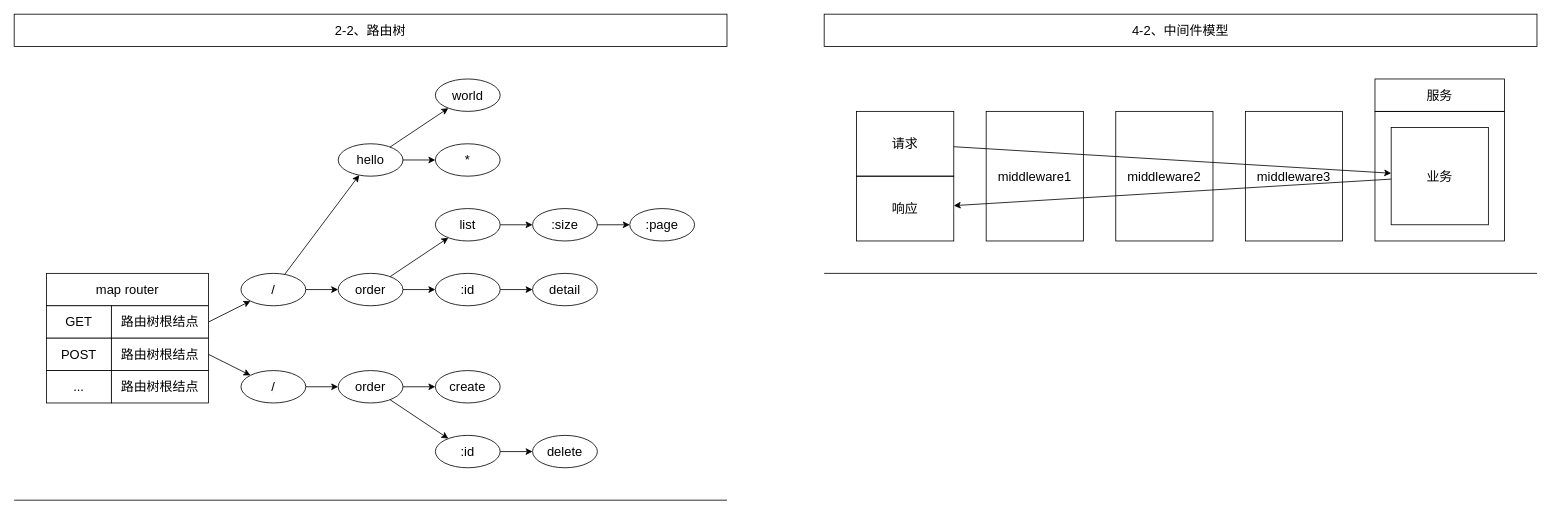
KelipuTe/note keeps this draw.io diagram as drawio/computer-science/programming-language/golang/web.drawio. Above is the earlier version. Source tidied: cells renumbered, new cells numbered last; positions are measured from the earlier drawing's top-left corner, leaving out a move shared by most shapes. Both pictures are drawn from the tidied source at 81%, with x=0, y=0 at pixel (14, 14).
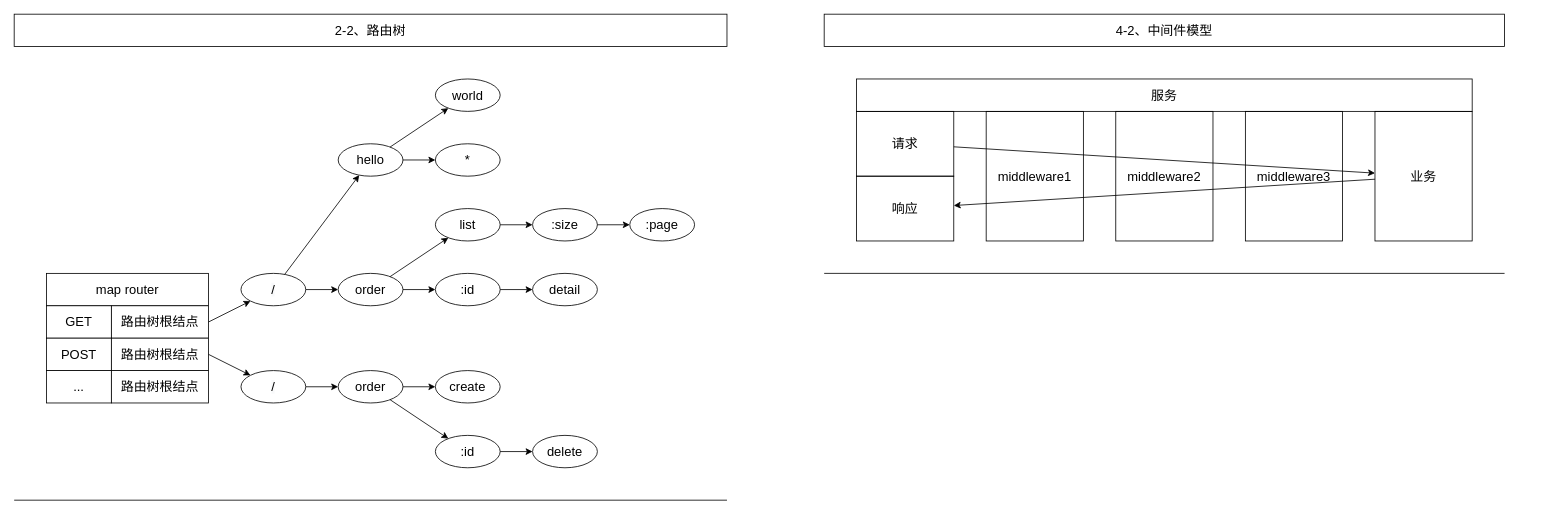
After the change.

What changed in the source:
```diff
@@
-    <mxCell id="2" style="rounded=0;whiteSpace=wrap;html=1;fontSize=16;fontColor=default;strokeColor=default;fillColor=none;" parent="1" vertex="1">
-      <mxGeometry x="1680" y="120" width="160" height="160" as="geometry" />
-    </mxCell>
@@
     <mxCell id="42" value="4-2、中间件模型" style="rounded=0;whiteSpace=wrap;html=1;fontSize=16;fontColor=default;strokeColor=default;" parent="1" vertex="1">
-      <mxGeometry x="1000" width="880" height="40" as="geometry" />
+      <mxGeometry x="1000" width="840" height="40" as="geometry" />
     </mxCell>
@@
     <mxCell id="48" value="服务" style="rounded=0;whiteSpace=wrap;html=1;fontSize=16;fontColor=default;strokeColor=default;fillColor=none;" parent="1" vertex="1">
-      <mxGeometry x="1680" y="80" width="160" height="40" as="geometry" />
+      <mxGeometry x="1040" y="80" width="760" height="40" as="geometry" />
     </mxCell>
@@
     <mxCell id="50" value="业务" style="rounded=0;whiteSpace=wrap;html=1;fontSize=16;fontColor=default;strokeColor=default;fillColor=none;" parent="1" vertex="1">
-      <mxGeometry x="1700" y="140" width="120" height="120" as="geometry" />
+      <mxGeometry x="1680" y="120" width="120" height="160" as="geometry" />
     </mxCell>
@@
     <mxCell id="52" style="endArrow=none;html=1;rounded=0;fontSize=16;fontColor=default;strokeColor=default;" parent="1" edge="1">
       <mxGeometry relative="1" as="geometry">
         <mxPoint x="1000" y="320" as="sourcePoint" />
-        <mxPoint x="1880" y="320" as="targetPoint" />
+        <mxPoint x="1840" y="320" as="targetPoint" />
         <Array as="points">
           <mxPoint x="1000" y="320" />
         </Array>
       </mxGeometry>
     </mxCell>
```
